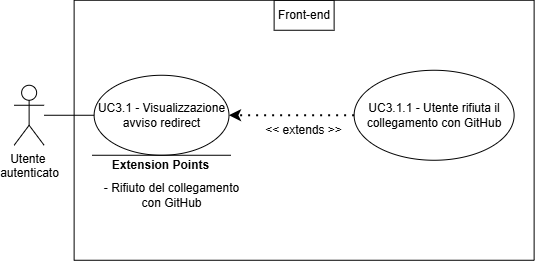
Earlier version of the draw.io export assets/diagrams/UC3_1.png (SkarabGroup/DocumentazioneProgetto). Source tidied: cells renumbered, new cells last; positions are measured from the earlier drawing's top-left corner, leaving out a move shared by most shapes.
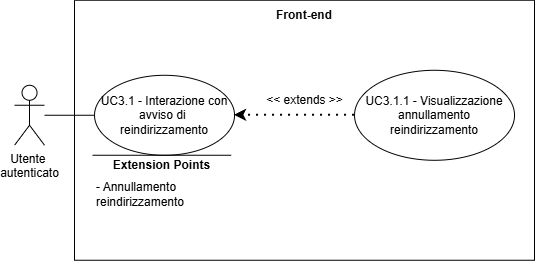
After the change.

Change to the diagram source:
```diff
@@ -5,38 +5,38 @@
     <mxCell id="2" value="&lt;div&gt;Utente&amp;nbsp;&lt;/div&gt;&lt;div&gt;autenticato&lt;/div&gt;" style="shape=umlActor;verticalLabelPosition=bottom;verticalAlign=top;html=1;outlineConnect=0;" parent="1" vertex="1">
       <mxGeometry x="-0.4" y="84.8" width="30" height="60" as="geometry" />
     </mxCell>
-    <mxCell id="3" style="swimlane;startSize=0;" parent="1" vertex="1">
-      <mxGeometry x="59.6" y="-0.2" width="460" height="260" as="geometry" />
-    </mxCell>
-    <mxCell id="4" value="UC3.1 - Visualizzazione avviso redirect" style="ellipse;whiteSpace=wrap;html=1;" parent="3" vertex="1">
-      <mxGeometry x="20" y="75" width="134.9" height="80" as="geometry" />
-    </mxCell>
-    <mxCell id="5" value="UC3.1.1 - Utente rifiuta il collegamento con GitHub" style="ellipse;whiteSpace=wrap;html=1;" parent="3" vertex="1">
-      <mxGeometry x="280" y="70" width="160" height="90" as="geometry" />
-    </mxCell>
-    <mxCell id="6" style="endArrow=classic;dashed=1;html=1;dashPattern=1 3;strokeWidth=2;rounded=0;entryX=1;entryY=0.5;entryDx=0;entryDy=0;exitX=0;exitY=0.5;exitDx=0;exitDy=0;strokeColor=default;curved=0;endFill=1;endSize=6;" parent="3" edge="1" source="5" target="4">
-      <mxGeometry relative="1" as="geometry" />
-    </mxCell>
+    <mxCell id="13" style="swimlane;startSize=0;" parent="1" vertex="1">
+      <mxGeometry x="59.6" y="-0.2" width="460" height="260" as="geometry" />
+    </mxCell>
+    <mxCell id="14" value="UC3.1 - Interazione con avviso di&amp;nbsp; reindirizzamento" style="ellipse;whiteSpace=wrap;html=1;" parent="13" vertex="1">
+      <mxGeometry x="20" y="75" width="140" height="80" as="geometry" />
+    </mxCell>
+    <mxCell id="15" value="UC3.1.1 - Visualizzazione annullamento reindirizzamento" style="ellipse;whiteSpace=wrap;html=1;" parent="13" vertex="1">
+      <mxGeometry x="280" y="70" width="160" height="90" as="geometry" />
+    </mxCell>
+    <mxCell id="16" style="endArrow=classic;dashed=1;html=1;dashPattern=1 3;strokeWidth=2;rounded=0;entryX=1;entryY=0.5;entryDx=0;entryDy=0;exitX=0;exitY=0.5;exitDx=0;exitDy=0;strokeColor=default;curved=0;endFill=1;endSize=6;" parent="13" edge="1" source="15" target="14">
+      <mxGeometry relative="1" as="geometry" />
+    </mxCell>
-    <mxCell id="7" value="&lt;div&gt;&amp;lt;&amp;lt; extends &amp;gt;&amp;gt;&lt;/div&gt;" style="text;html=1;whiteSpace=wrap;strokeColor=none;fillColor=none;align=center;verticalAlign=middle;rounded=0;" parent="3" vertex="1">
-      <mxGeometry x="182.5" y="115" width="95" height="30" as="geometry" />
+    <mxCell id="7" value="&lt;div&gt;&amp;lt;&amp;lt; extends &amp;gt;&amp;gt;&lt;/div&gt;" style="text;html=1;whiteSpace=wrap;strokeColor=none;fillColor=none;align=center;verticalAlign=middle;rounded=0;" parent="13" vertex="1">
+      <mxGeometry x="182.5" y="85" width="95" height="30" as="geometry" />
     </mxCell>
-    <mxCell id="8" style="endArrow=none;html=1;rounded=0;" parent="3" edge="1">
-      <mxGeometry relative="1" as="geometry">
-        <mxPoint x="156.8" y="155" as="sourcePoint" />
-        <mxPoint x="18" y="155" as="targetPoint" />
-      </mxGeometry>
-    </mxCell>
+    <mxCell id="17" style="endArrow=none;html=1;rounded=0;" parent="13" edge="1">
+      <mxGeometry relative="1" as="geometry">
+        <mxPoint x="156.8" y="155" as="sourcePoint" />
+        <mxPoint x="18" y="155" as="targetPoint" />
+      </mxGeometry>
+    </mxCell>
-    <mxCell id="9" value="&lt;b&gt;Extension Points&lt;/b&gt;" style="text;html=1;whiteSpace=wrap;strokeColor=none;fillColor=none;align=center;verticalAlign=middle;rounded=0;strokeWidth=5;" parent="3" vertex="1">
+    <mxCell id="9" value="&lt;b&gt;Extension Points&lt;/b&gt;" style="text;html=1;whiteSpace=wrap;strokeColor=none;fillColor=none;align=center;verticalAlign=middle;rounded=0;strokeWidth=5;" parent="13" vertex="1">
       <mxGeometry x="29.9" y="150" width="115" height="30" as="geometry" />
     </mxCell>
-    <mxCell id="10" value="&lt;div align=&quot;center&quot;&gt;- Rifiuto del collegamento con GitHub&lt;/div&gt;" style="text;html=1;whiteSpace=wrap;strokeColor=none;fillColor=none;align=center;verticalAlign=middle;rounded=0;" parent="3" vertex="1">
-      <mxGeometry x="24.9" y="155" width="147" height="80" as="geometry" />
-    </mxCell>
+    <mxCell id="18" value="&lt;div&gt;- Annullamento reindirizzamento&lt;/div&gt;" style="text;html=1;whiteSpace=wrap;strokeColor=none;fillColor=none;align=left;verticalAlign=middle;rounded=0;" parent="13" vertex="1">
+      <mxGeometry x="20" y="154" width="140" height="80" as="geometry" />
+    </mxCell>
-    <mxCell id="11" value="Front-end" style="text;html=1;whiteSpace=wrap;strokeColor=default;fillColor=none;align=center;verticalAlign=middle;rounded=0;perimeterSpacing=1;" parent="3" vertex="1">
+    <mxCell id="11" value="Front-end" style="text;html=1;whiteSpace=wrap;strokeColor=none;fillColor=none;align=center;verticalAlign=middle;rounded=0;perimeterSpacing=1;fontStyle=1;" parent="13" vertex="1">
       <mxGeometry x="200" width="60" height="30" as="geometry" />
     </mxCell>
-    <mxCell id="12" style="endArrow=none;html=1;rounded=0;entryX=0;entryY=0.5;entryDx=0;entryDy=0;" parent="1" edge="1" source="2" target="4">
-      <mxGeometry relative="1" as="geometry" />
-    </mxCell>
+    <mxCell id="19" style="endArrow=none;html=1;rounded=0;entryX=0;entryY=0.5;entryDx=0;entryDy=0;" parent="1" edge="1" source="2" target="14">
+      <mxGeometry relative="1" as="geometry" />
+    </mxCell>
   </root>
 </mxGraphModel>
```
